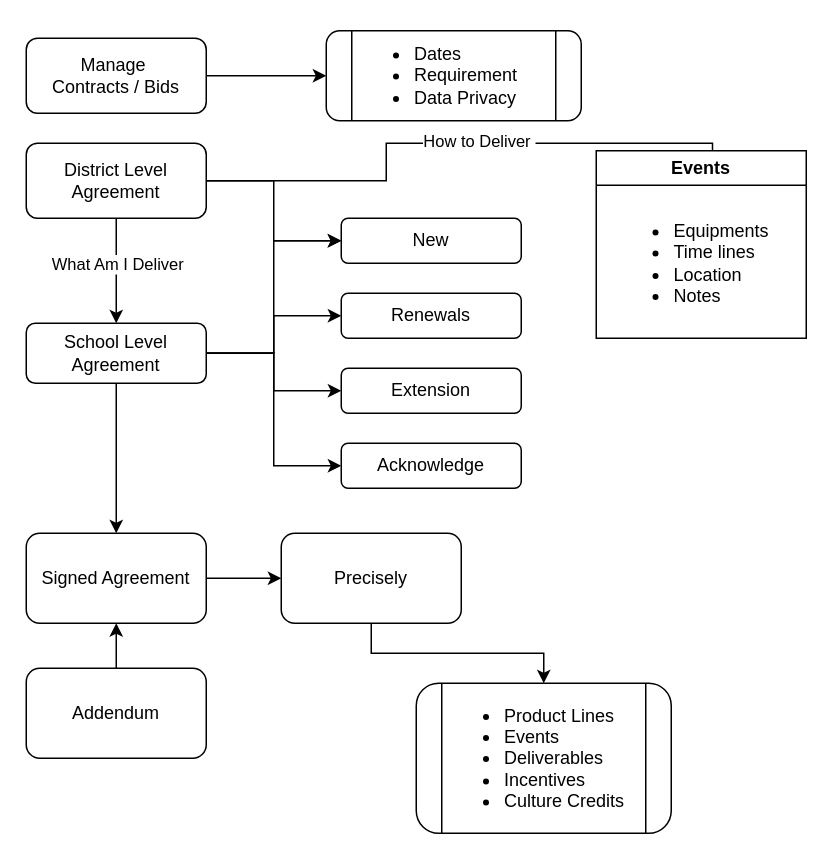
Above: page "Contract" (4 of 8) of 11.drawio in ai-next-zen/diagrams (draw.io), before the change. Source tidied: cells renumbered, new cells numbered last; positions are measured from the earlier drawing's top-left corner, leaving out a move shared by most shapes. Both pictures are drawn from the tidied source at 150%, with x=0, y=0 at pixel (26, 30).
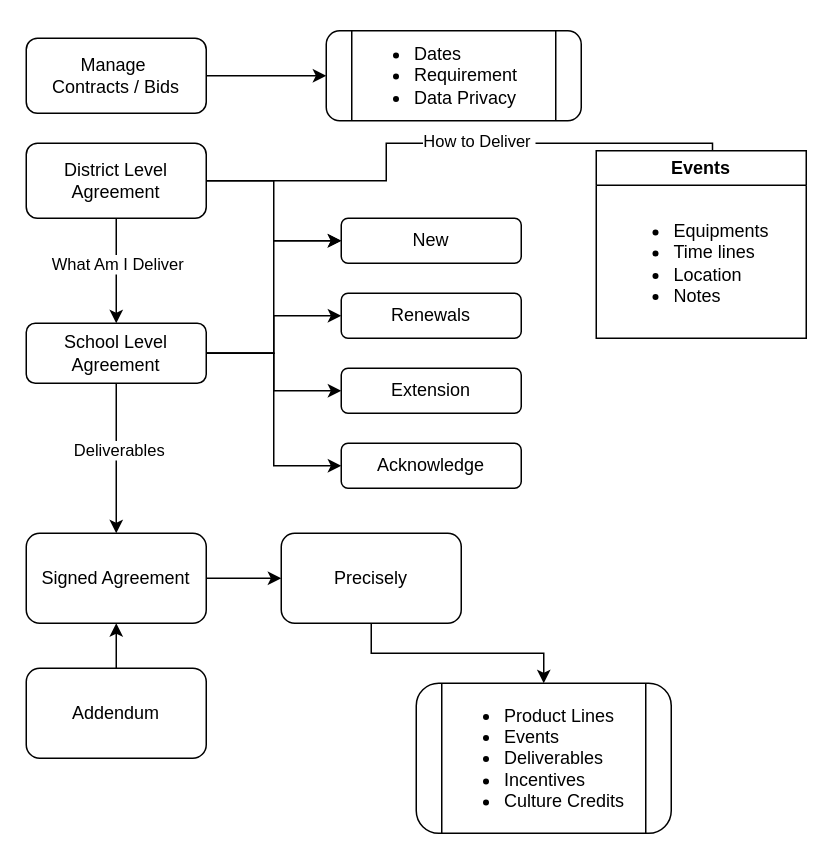
Above is the later version.

The change refers to these unchanged cells:
```xml
<mxCell id="15" style="edgeStyle=orthogonalEdgeStyle;rounded=0;jettySize=auto;html=1;" parent="1" edge="1" source="16" target="22">
  <mxGeometry relative="1" as="geometry" />
</mxCell>
```

Diff of the diagram source:
```diff
@@
+    <mxCell id="30" value="Deliverables" style="edgeLabel;html=1;align=center;verticalAlign=middle;" parent="15" vertex="1">
+      <mxGeometry x="-0.12" y="1" relative="1" as="geometry" />
+    </mxCell>
```
